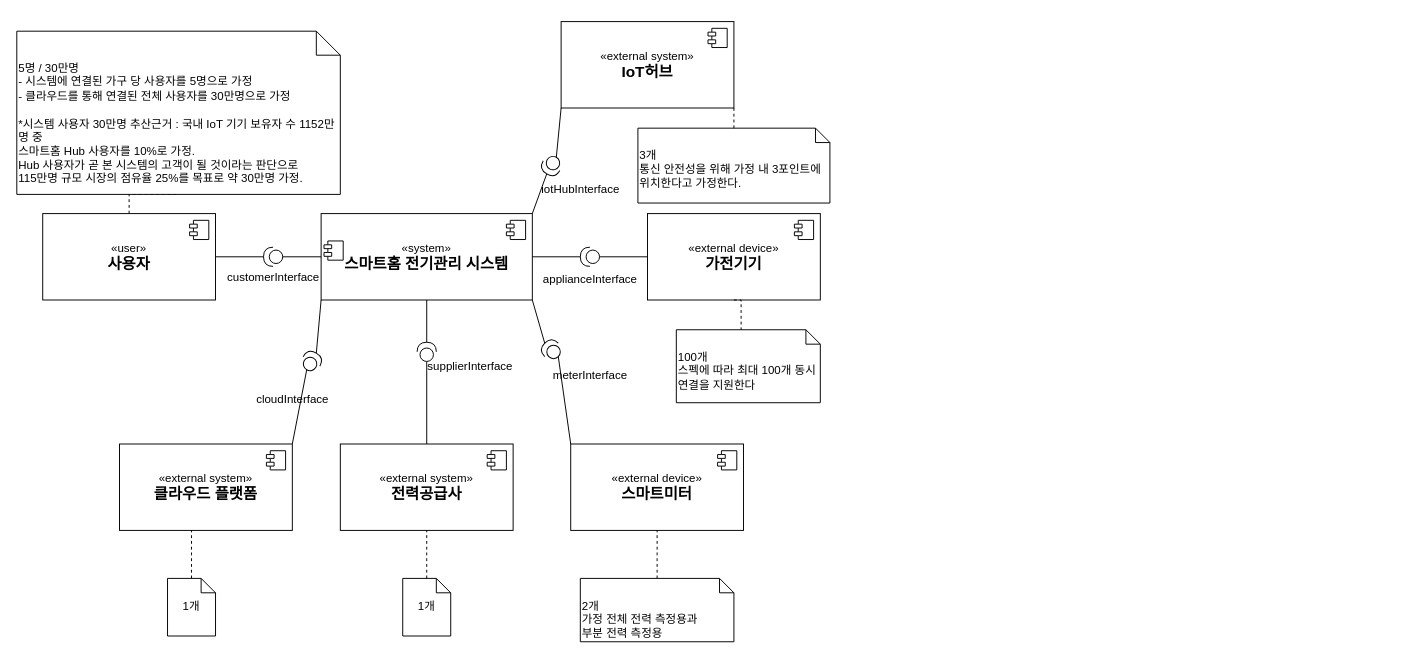
Earlier version of the draw.io diagram page "Gateway" (1 of 2) of systemContext_interim.drawio (GeniusHoon/AssociateArchitect). Source tidied: cells renumbered, new cells numbered last; positions are measured from the earlier drawing's top-left corner, leaving out a move shared by most shapes. Both pictures are drawn from the tidied source at 96%, with x=0, y=0 at pixel (16, 21).
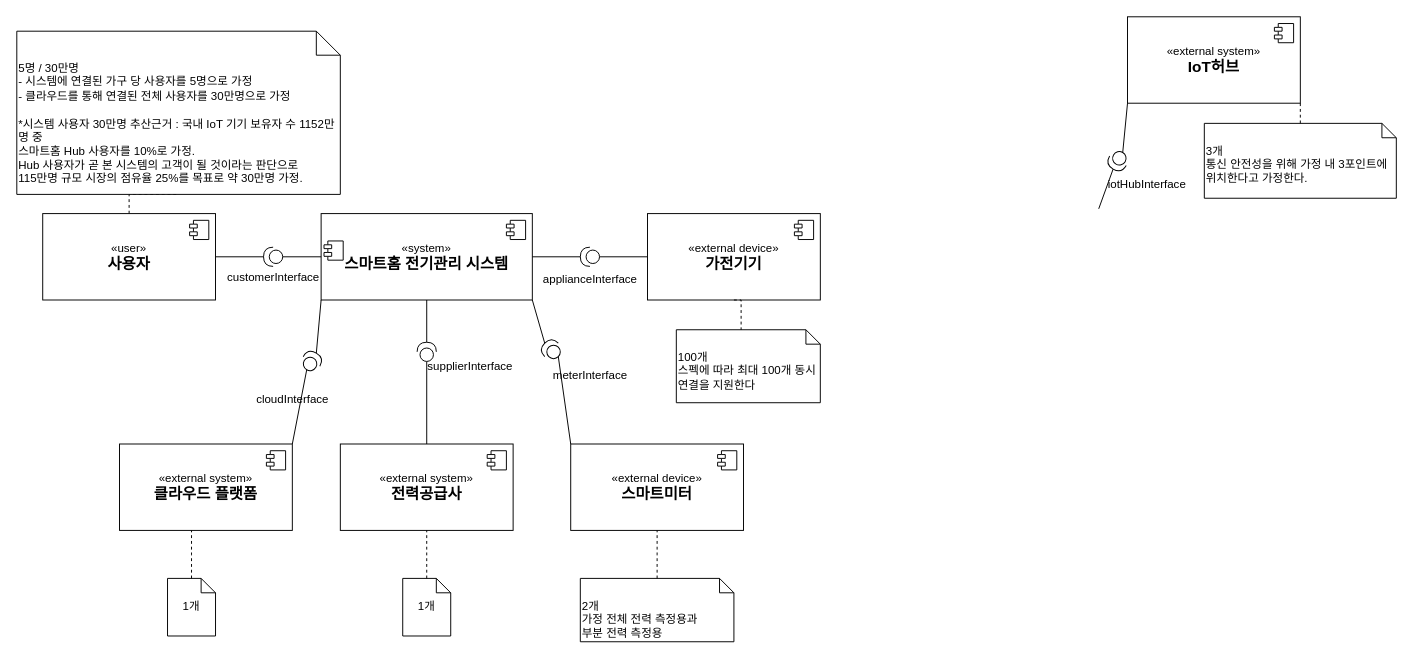
Above is the later version.

Unchanged cells that the change refers to:
```xml
<mxCell id="7" value="«system»&lt;br&gt;&lt;span style=&quot;font-size: 16px;&quot;&gt;&lt;b&gt;스마트홈 전기관리 시스템&lt;/b&gt;&lt;/span&gt;" style="html=1;whiteSpace=wrap;" parent="1" vertex="1">
  <mxGeometry x="317" y="200" width="220" height="90" as="geometry" />
</mxCell>
```

What changed in the source:
```diff
@@
     <mxCell id="43" value="«external system»&lt;br&gt;&lt;span style=&quot;font-size: 16px;&quot;&gt;&lt;b&gt;IoT허브&lt;/b&gt;&lt;/span&gt;" style="html=1;whiteSpace=wrap;" parent="1" vertex="1">
-      <mxGeometry x="567" width="180" height="90" as="geometry" />
+      <mxGeometry x="1157" y="-5" width="180" height="90" as="geometry" />
     </mxCell>
@@
-    <mxCell id="45" style="rounded=0;jettySize=auto;html=1;endArrow=none;endFill=0;entryX=1;entryY=0;entryDx=0;entryDy=0;exitX=1;exitY=0.5;exitDx=0;exitDy=0;exitPerimeter=0;" parent="1" edge="1" source="47" target="7">
-      <mxGeometry relative="1" as="geometry" />
+    <mxCell id="45" style="rounded=0;jettySize=auto;html=1;endArrow=none;endFill=0;entryX=1;entryY=0;entryDx=0;entryDy=0;exitX=1;exitY=0.5;exitDx=0;exitDy=0;exitPerimeter=0;" parent="1" edge="1" source="47">
+      <mxGeometry relative="1" as="geometry">
+        <mxPoint x="1127" y="195" as="targetPoint" />
+      </mxGeometry>
     </mxCell>
@@
     <mxCell id="47" style="shape=providedRequiredInterface;html=1;verticalLabelPosition=bottom;sketch=0;rotation=120;" parent="1" vertex="1">
-      <mxGeometry x="547" y="140" width="20" height="20" as="geometry" />
+      <mxGeometry x="1137" y="135" width="20" height="20" as="geometry" />
     </mxCell>
     <mxCell id="48" value="iotHubInterface" style="text;html=1;align=center;verticalAlign=middle;strokeColor=none;fillColor=none;" parent="1" vertex="1">
-      <mxGeometry x="537" y="160" width="100" height="30" as="geometry" />
+      <mxGeometry x="1127" y="155" width="100" height="30" as="geometry" />
     </mxCell>
     <mxCell id="49" value="3개&lt;div&gt;통신 안전성을 위해 가정 내 3포인트에 위치한다고 가정한다.&lt;/div&gt;" style="shape=note2;boundedLbl=1;whiteSpace=wrap;html=1;size=15;verticalAlign=top;align=left;" parent="1" vertex="1">
-      <mxGeometry x="647" y="111" width="200" height="78" as="geometry" />
+      <mxGeometry x="1237" y="106" width="200" height="78" as="geometry" />
     </mxCell>
```
